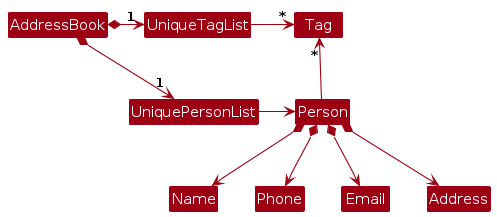
This is diagrams/BetterModelClassDiagram.png from AY2627S1-CS2103T-W14-2/tp, a PlantUML export, as it was before one commit. Its source is kept beside it as diagrams/BetterModelClassDiagram.puml.
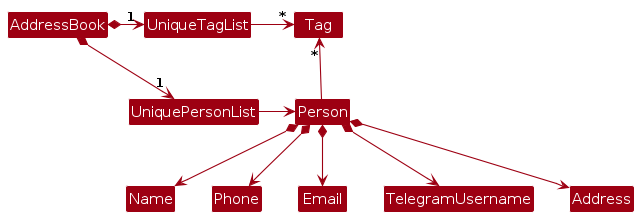
After the commit.

What changed in the source:
```diff
@@ -17,5 +17,6 @@
 Person *--> Name
 Person *--> Phone
 Person *--> Email
+Person *--> TelegramUsername
 Person *--> Address
 @enduml
```
